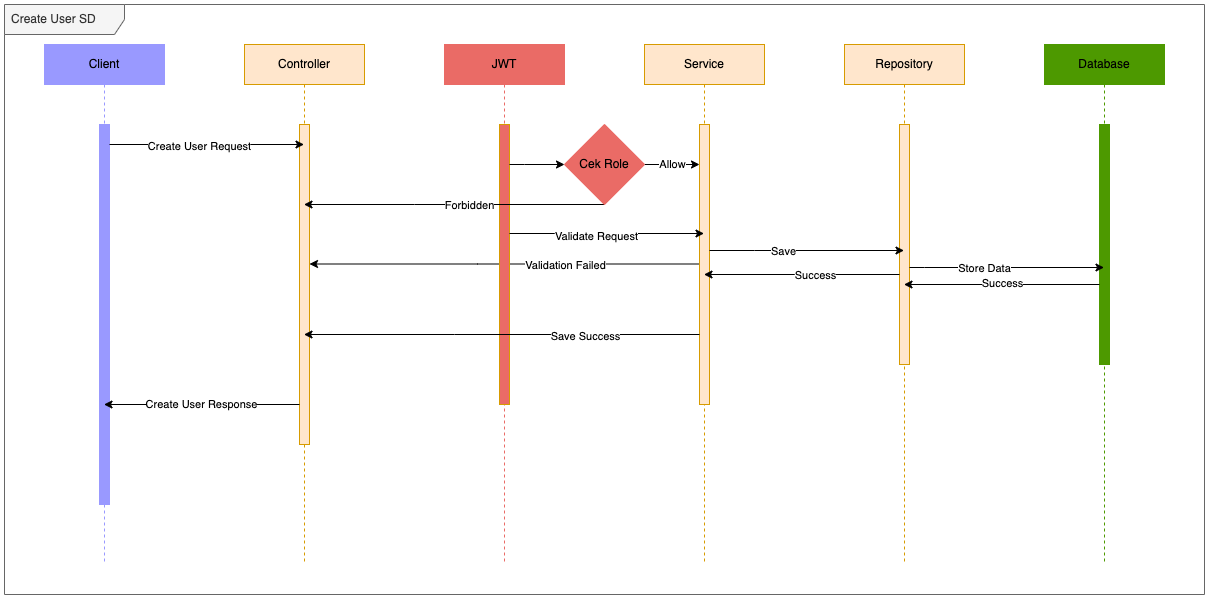
Earlier version of the draw.io export doc/diagram_create.png (wahyugnc/technical-test). Source tidied: cells renumbered, new cells last; positions are measured from the earlier drawing's top-left corner, leaving out a move shared by most shapes.
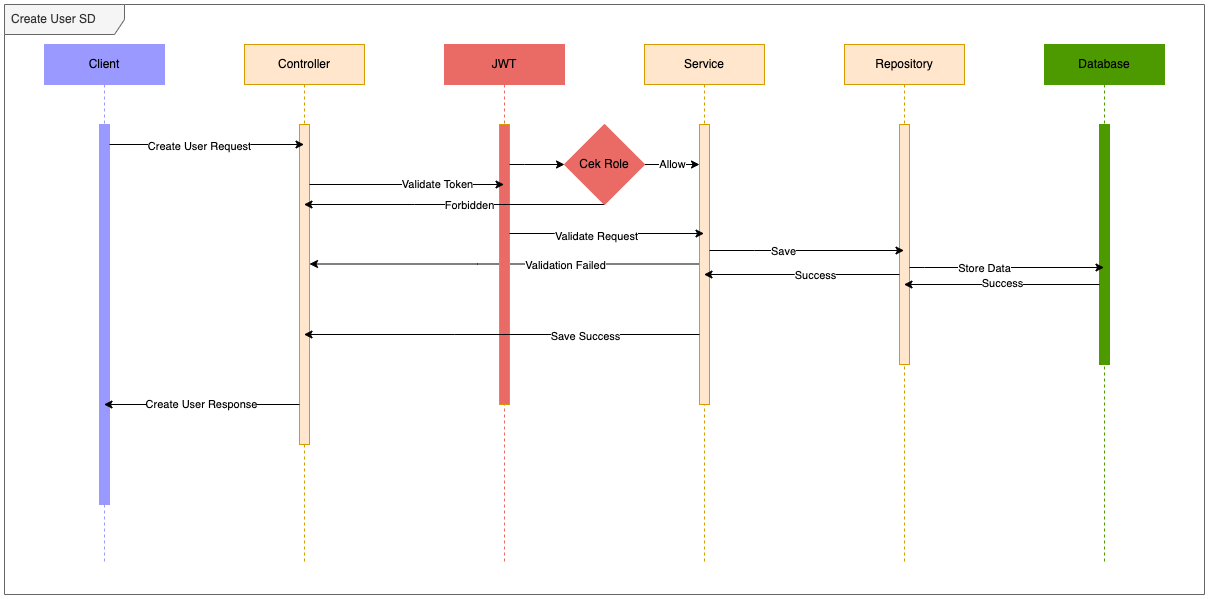
Later version of the same file.

The edit, as a diff of the source:
```diff
@@ -177,5 +177,16 @@
         </Array>
       </mxGeometry>
     </mxCell>
+    <mxCell id="37" style="edgeStyle=orthogonalEdgeStyle;rounded=0;jettySize=auto;html=1;" parent="1" edge="1" source="6" target="15">
+      <mxGeometry relative="1" as="geometry">
+        <Array as="points">
+          <mxPoint x="430" y="180" />
+          <mxPoint x="430" y="180" />
+        </Array>
+      </mxGeometry>
+    </mxCell>
+    <mxCell id="38" value="Validate Token" style="edgeLabel;html=1;align=center;verticalAlign=middle;" parent="37" vertex="1">
+      <mxGeometry x="0.31" y="1" relative="1" as="geometry" />
+    </mxCell>
   </root>
 </mxGraphModel>
```
